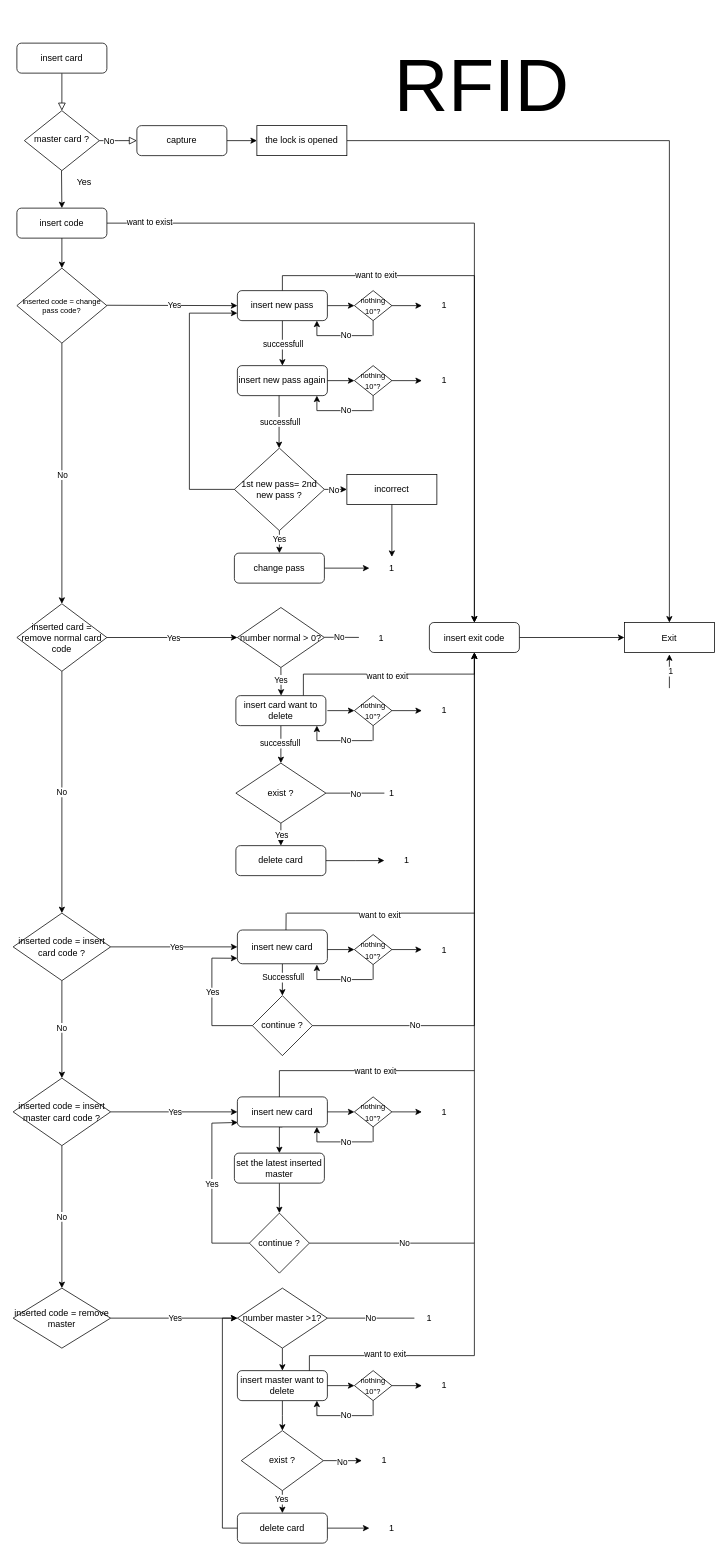
The draw.io diagram Untitled Diagram.drawio in trikhonghu/DoorLock, before the edit. Source tidied: cells renumbered, new cells numbered last; positions are measured from the earlier drawing's top-left corner, leaving out a move shared by most shapes. Both pictures are drawn from the tidied source at 75%, with x=0, y=0 at pixel (13, 13).
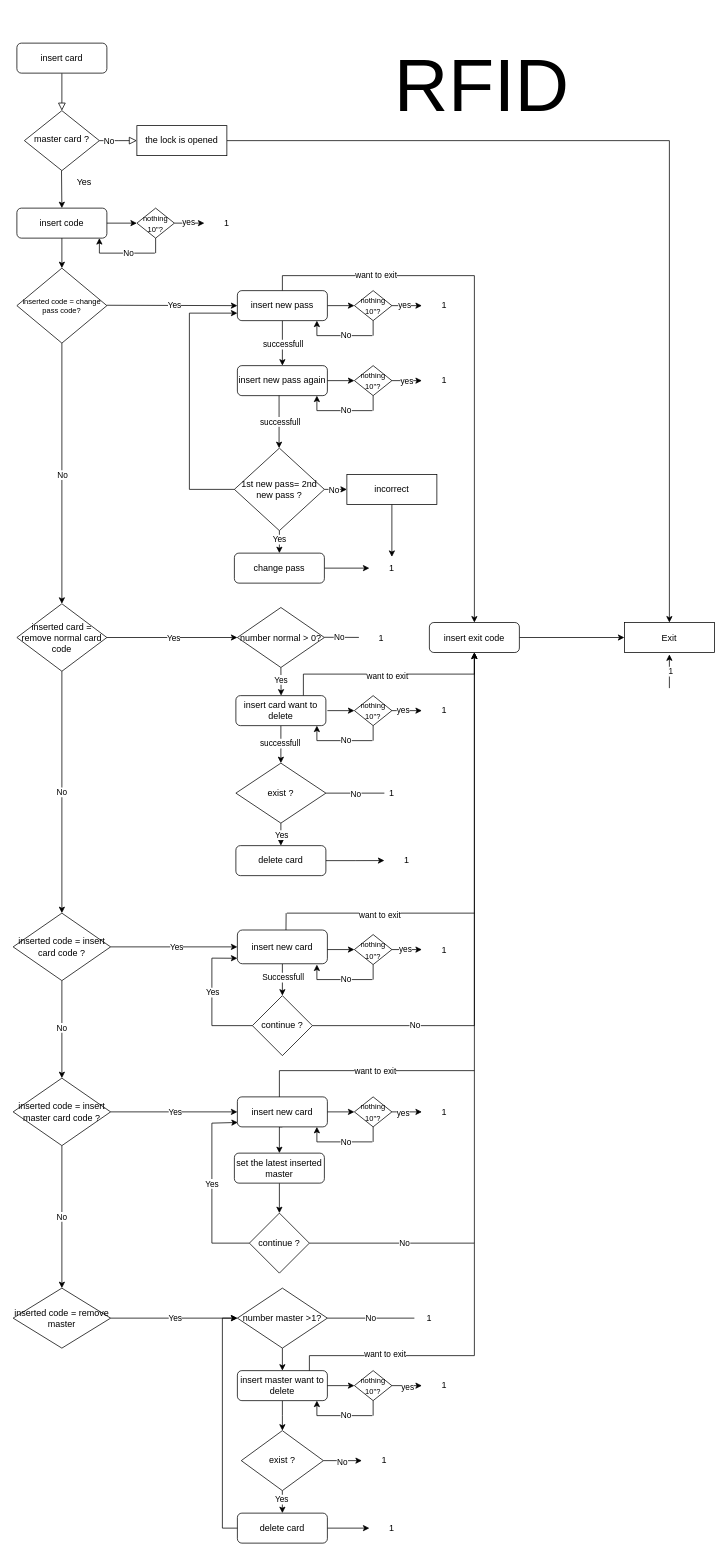
The same page after the edit.

Unchanged cells that the change refers to:
```xml
<mxCell id="11" value="insert code" style="rounded=1;whiteSpace=wrap;html=1;" parent="1" vertex="1">
  <mxGeometry x="5" y="260" width="120" height="40" as="geometry" />
</mxCell>
<mxCell id="58" value="insert exit code" style="rounded=1;whiteSpace=wrap;html=1;" parent="1" vertex="1">
  <mxGeometry x="555" y="812.5" width="120" height="40" as="geometry" />
</mxCell>
<mxCell id="124" style="edgeStyle=orthogonalEdgeStyle;rounded=0;jettySize=auto;html=1;exitX=1;exitY=0.5;exitDx=0;exitDy=0;entryX=0;entryY=0.5;entryDx=0;entryDy=0;" parent="1" edge="1" source="125" target="131">
  <mxGeometry relative="1" as="geometry" />
</mxCell>
<mxCell id="133" style="edgeStyle=orthogonalEdgeStyle;rounded=0;jettySize=auto;html=1;exitX=1;exitY=0.5;exitDx=0;exitDy=0;entryX=0;entryY=0.5;entryDx=0;entryDy=0;" parent="1" edge="1" source="134" target="139">
  <mxGeometry relative="1" as="geometry" />
</mxCell>
<mxCell id="141" style="edgeStyle=orthogonalEdgeStyle;rounded=0;jettySize=auto;html=1;exitX=1;exitY=0.5;exitDx=0;exitDy=0;entryX=0;entryY=0.5;entryDx=0;entryDy=0;" parent="1" edge="1" source="142" target="147">
  <mxGeometry relative="1" as="geometry" />
</mxCell>
<mxCell id="149" style="edgeStyle=orthogonalEdgeStyle;rounded=0;jettySize=auto;html=1;exitX=1;exitY=0.5;exitDx=0;exitDy=0;entryX=0;entryY=0.5;entryDx=0;entryDy=0;" parent="1" edge="1" source="150" target="155">
  <mxGeometry relative="1" as="geometry" />
</mxCell>
<mxCell id="157" style="edgeStyle=orthogonalEdgeStyle;rounded=0;jettySize=auto;html=1;exitX=1;exitY=0.5;exitDx=0;exitDy=0;entryX=0;entryY=0.5;entryDx=0;entryDy=0;" parent="1" edge="1" source="158" target="163">
  <mxGeometry relative="1" as="geometry" />
</mxCell>
<mxCell id="165" style="edgeStyle=orthogonalEdgeStyle;rounded=0;jettySize=auto;html=1;exitX=1;exitY=0.5;exitDx=0;exitDy=0;entryX=0;entryY=0.5;entryDx=0;entryDy=0;" parent="1" edge="1" source="166" target="171">
  <mxGeometry relative="1" as="geometry" />
</mxCell>
```

Change to the diagram source:
```diff
@@
-    <mxCell id="9" style="edgeStyle=orthogonalEdgeStyle;rounded=0;jettySize=auto;html=1;exitX=1;exitY=0.5;exitDx=0;exitDy=0;entryX=0.5;entryY=0;entryDx=0;entryDy=0;" parent="1" edge="1" source="11" target="58">
-      <mxGeometry relative="1" as="geometry" />
-    </mxCell>
-    <mxCell id="10" value="want to exist" style="edgeLabel;html=1;align=center;verticalAlign=middle;" parent="9" vertex="1">
-      <mxGeometry x="-0.89" y="2" relative="1" as="geometry" />
-    </mxCell>
@@
     <mxCell id="60" value="the lock is opened" style="rounded=0;whiteSpace=wrap;html=1;" parent="1" vertex="1">
-      <mxGeometry x="325" y="150" width="120" height="40" as="geometry" />
+      <mxGeometry x="165" y="150" width="120" height="40" as="geometry" />
     </mxCell>
@@
+    <mxCell id="184" value="yes" style="edgeLabel;html=1;align=center;verticalAlign=middle;" parent="124" vertex="1">
+      <mxGeometry x="-0.18" y="1" relative="1" as="geometry" />
+    </mxCell>
@@
+    <mxCell id="185" value="yes" style="edgeLabel;html=1;align=center;verticalAlign=middle;" parent="133" vertex="1">
+      <mxGeometry x="-0.06" relative="1" as="geometry" />
+    </mxCell>
@@
+    <mxCell id="186" value="yes" style="edgeLabel;html=1;align=center;verticalAlign=middle;" parent="141" vertex="1">
+      <mxGeometry x="-0.29" y="2" relative="1" as="geometry" />
+    </mxCell>
@@
+    <mxCell id="187" value="yes" style="edgeLabel;html=1;align=center;verticalAlign=middle;" parent="149" vertex="1">
+      <mxGeometry x="-0.15" y="1" relative="1" as="geometry" />
+    </mxCell>
@@
+    <mxCell id="188" value="yes" style="edgeLabel;html=1;align=center;verticalAlign=middle;" parent="157" vertex="1">
+      <mxGeometry x="-0.29" y="-1" relative="1" as="geometry" />
+    </mxCell>
@@
+    <mxCell id="189" value="yes" style="edgeLabel;html=1;align=center;verticalAlign=middle;" parent="165" vertex="1">
+      <mxGeometry x="-0.01" y="-1" relative="1" as="geometry" />
+    </mxCell>
@@
-    <mxCell id="182" style="edgeStyle=orthogonalEdgeStyle;rounded=0;jettySize=auto;html=1;exitX=1;exitY=0.5;exitDx=0;exitDy=0;entryX=0;entryY=0.5;entryDx=0;entryDy=0;" parent="1" edge="1" source="183" target="60">
-      <mxGeometry relative="1" as="geometry" />
-    </mxCell>
-    <mxCell id="183" value="capture" style="rounded=1;whiteSpace=wrap;html=1;" parent="1" vertex="1">
-      <mxGeometry x="165" y="150" width="120" height="40" as="geometry" />
-    </mxCell>
+    <mxCell id="190" style="edgeStyle=orthogonalEdgeStyle;rounded=0;jettySize=auto;html=1;exitX=1;exitY=0.5;exitDx=0;exitDy=0;entryX=0;entryY=0.5;entryDx=0;entryDy=0;" parent="1" edge="1" source="11" target="193">
+      <mxGeometry relative="1" as="geometry" />
+    </mxCell>
+    <mxCell id="191" style="edgeStyle=orthogonalEdgeStyle;rounded=0;jettySize=auto;html=1;exitX=1;exitY=0.5;exitDx=0;exitDy=0;entryX=0;entryY=0.5;entryDx=0;entryDy=0;" parent="1" edge="1" source="193">
+      <mxGeometry relative="1" as="geometry">
+        <mxPoint x="255" y="280" as="targetPoint" />
+      </mxGeometry>
+    </mxCell>
+    <mxCell id="192" value="yes" style="edgeLabel;html=1;align=center;verticalAlign=middle;" parent="191" vertex="1">
+      <mxGeometry x="-0.12" y="2" relative="1" as="geometry" />
+    </mxCell>
+    <mxCell id="193" value="&lt;font style=&quot;font-size: 10px;&quot;&gt;nothing 10''?&lt;/font&gt;" style="rhombus;whiteSpace=wrap;html=1;" parent="1" vertex="1">
+      <mxGeometry x="165" y="260" width="50" height="40" as="geometry" />
+    </mxCell>
+    <mxCell id="194" style="endArrow=none;html=1;rounded=0;entryX=0.5;entryY=1;entryDx=0;entryDy=0;" parent="1" edge="1" target="193">
+      <mxGeometry relative="1" as="geometry">
+        <mxPoint x="190" y="320" as="sourcePoint" />
+      </mxGeometry>
+    </mxCell>
+    <mxCell id="195" style="endArrow=none;html=1;rounded=0;" parent="1" edge="1">
+      <mxGeometry relative="1" as="geometry">
+        <mxPoint x="115" y="320" as="sourcePoint" />
+        <mxPoint x="189" y="320" as="targetPoint" />
+      </mxGeometry>
+    </mxCell>
+    <mxCell id="196" value="No" style="edgeLabel;html=1;align=center;verticalAlign=middle;" parent="195" vertex="1">
+      <mxGeometry x="0.04" y="1" relative="1" as="geometry" />
+    </mxCell>
+    <mxCell id="197" style="endArrow=classic;html=1;rounded=0;" parent="1" edge="1">
+      <mxGeometry relative="1" as="geometry">
+        <mxPoint x="115" y="320" as="sourcePoint" />
+        <mxPoint x="115" y="300" as="targetPoint" />
+      </mxGeometry>
+    </mxCell>
+    <mxCell id="198" value="1" style="text;html=1;strokeColor=none;fillColor=none;align=center;verticalAlign=middle;whiteSpace=wrap;rounded=0;" parent="1" vertex="1">
+      <mxGeometry x="255" y="265" width="60" height="30" as="geometry" />
+    </mxCell>
```
